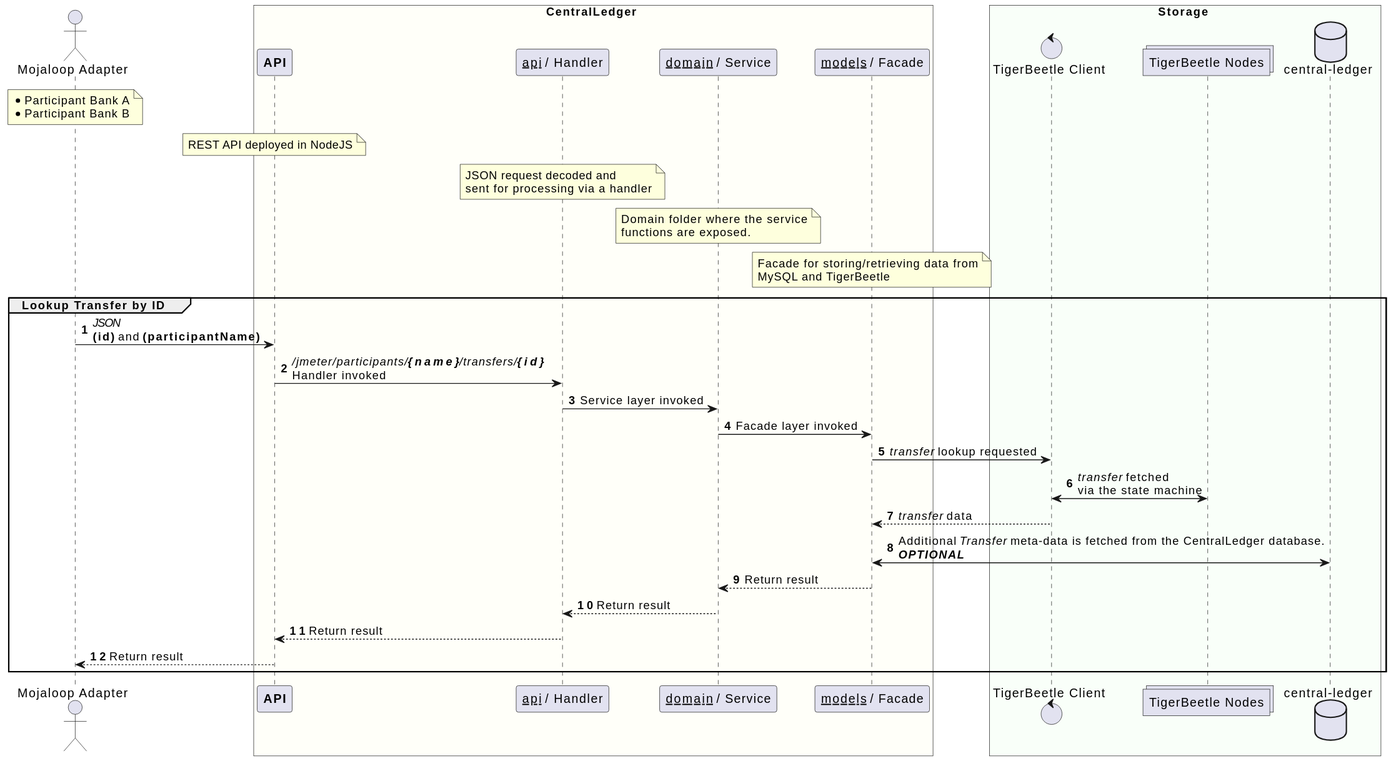
Above: solution_design/sequence-transfer-tb-enabled-lookup.svg in coilhq/mucoa (PlantUML), before the change. The source it was exported from:
```plantuml
@startuml

actor "Mojaloop Adapter" as dfsp
note over dfsp
    * Participant Bank A
    * Participant Bank B
end note

box CentralLedger #FFFFF9
    participant "**API**" as cl_api
    participant "__api__ / Handler" as cl_handler
    participant "__domain__ / Service" as cl_domain
    participant "__models__ / Facade" as cl_facade

    note over cl_api
        REST API deployed in NodeJS
    end note

    note over cl_handler
        JSON request decoded and
        sent for processing via a handler
    end note

    note over cl_domain
        Domain folder where the service
        functions are exposed.
    end note

    note over cl_facade
        Facade for storing/retrieving data from
        MySQL and TigerBeetle
    end note
end box

box Storage #F9FFF9
	control "TigerBeetle Client" as tb_client
	collections "TigerBeetle Nodes" as tb_nodes
    database "central-ledger" as cl_db
end box

autonumber
group Lookup Transfer by ID
    dfsp -> cl_api : //JSON// \n**(id)** and **(participantName)**
    cl_api -> cl_handler : ///jmeter/participants/**{name}**/transfers/**{id}**// \nHandler invoked
    cl_handler -> cl_domain : Service layer invoked
    cl_domain -> cl_facade : Facade layer invoked
    cl_facade -> tb_client : //transfer// lookup requested
    tb_client <-> tb_nodes : //transfer// fetched\nvia the state machine
    tb_client --> cl_facade : //transfer// data
    cl_facade <-> cl_db : Additional //Transfer// meta-data is fetched from the CentralLedger database.\n**//OPTIONAL//**
    cl_facade --> cl_domain : Return result
    cl_domain --> cl_handler : Return result
    cl_handler --> cl_api : Return result
    cl_api --> dfsp : Return result
end

@enduml
```
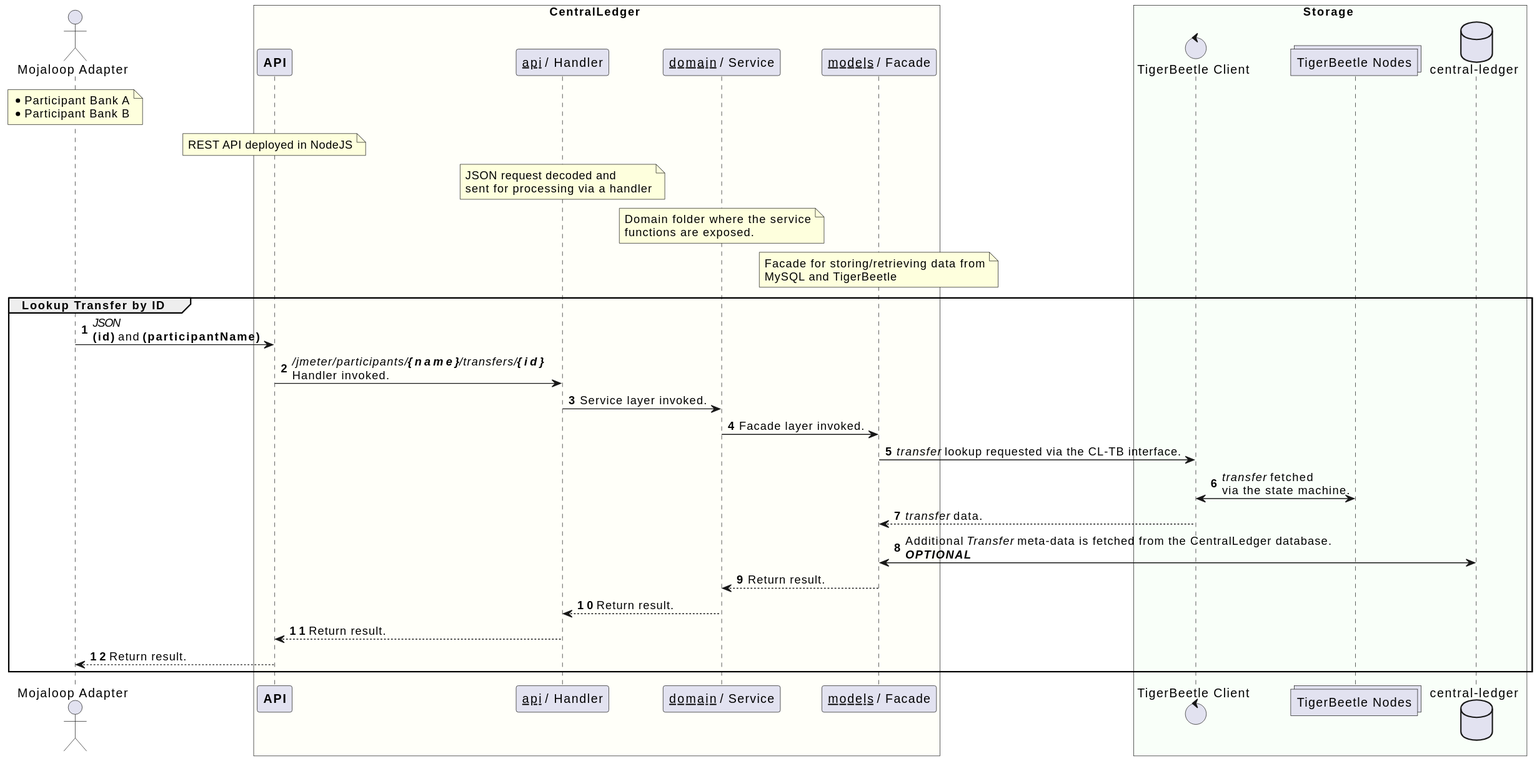
After the change.

Commit message:
Update diagrams for TB/CL interface.

Diff of the diagram source:
```diff
@@ -41,17 +41,17 @@
 autonumber
 group Lookup Transfer by ID
     dfsp -> cl_api : //JSON// \n**(id)** and **(participantName)**
-    cl_api -> cl_handler : ///jmeter/participants/**{name}**/transfers/**{id}**// \nHandler invoked
-    cl_handler -> cl_domain : Service layer invoked
-    cl_domain -> cl_facade : Facade layer invoked
-    cl_facade -> tb_client : //transfer// lookup requested
-    tb_client <-> tb_nodes : //transfer// fetched\nvia the state machine
-    tb_client --> cl_facade : //transfer// data
+    cl_api -> cl_handler : ///jmeter/participants/**{name}**/transfers/**{id}**// \nHandler invoked.
+    cl_handler -> cl_domain : Service layer invoked.
+    cl_domain -> cl_facade : Facade layer invoked.
+    cl_facade -> tb_client : //transfer// lookup requested via the CL-TB interface.
+    tb_client <-> tb_nodes : //transfer// fetched\nvia the state machine.
+    tb_client --> cl_facade : //transfer// data.
     cl_facade <-> cl_db : Additional //Transfer// meta-data is fetched from the CentralLedger database.\n**//OPTIONAL//**
-    cl_facade --> cl_domain : Return result
-    cl_domain --> cl_handler : Return result
-    cl_handler --> cl_api : Return result
-    cl_api --> dfsp : Return result
+    cl_facade --> cl_domain : Return result.
+    cl_domain --> cl_handler : Return result.
+    cl_handler --> cl_api : Return result.
+    cl_api --> dfsp : Return result.
 end
 
 @enduml
```
